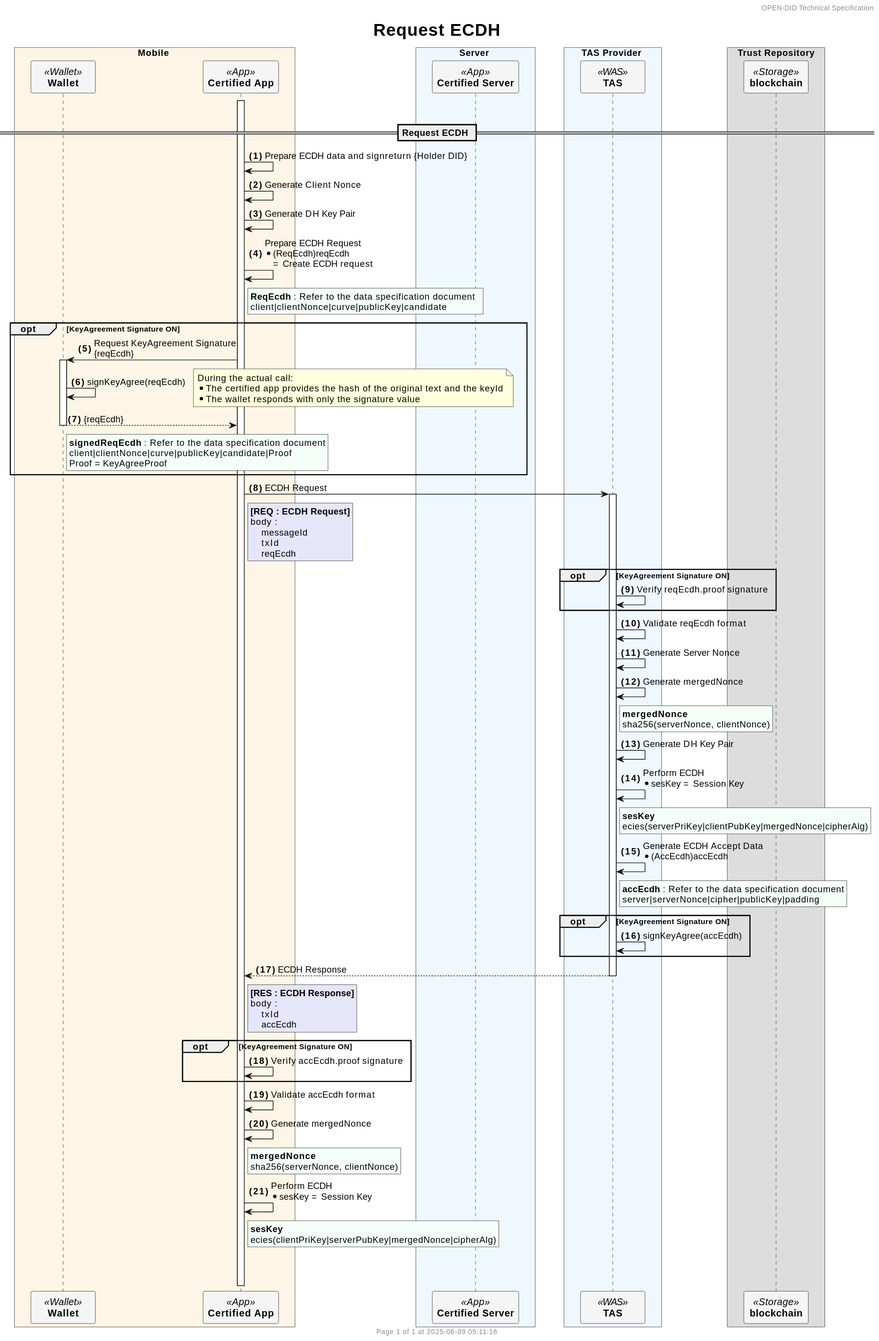
Earlier version of the PlantUML export docs/sequence/detailed/images/request_ECDH.svg (OmniOneID/did-doc-architecture).
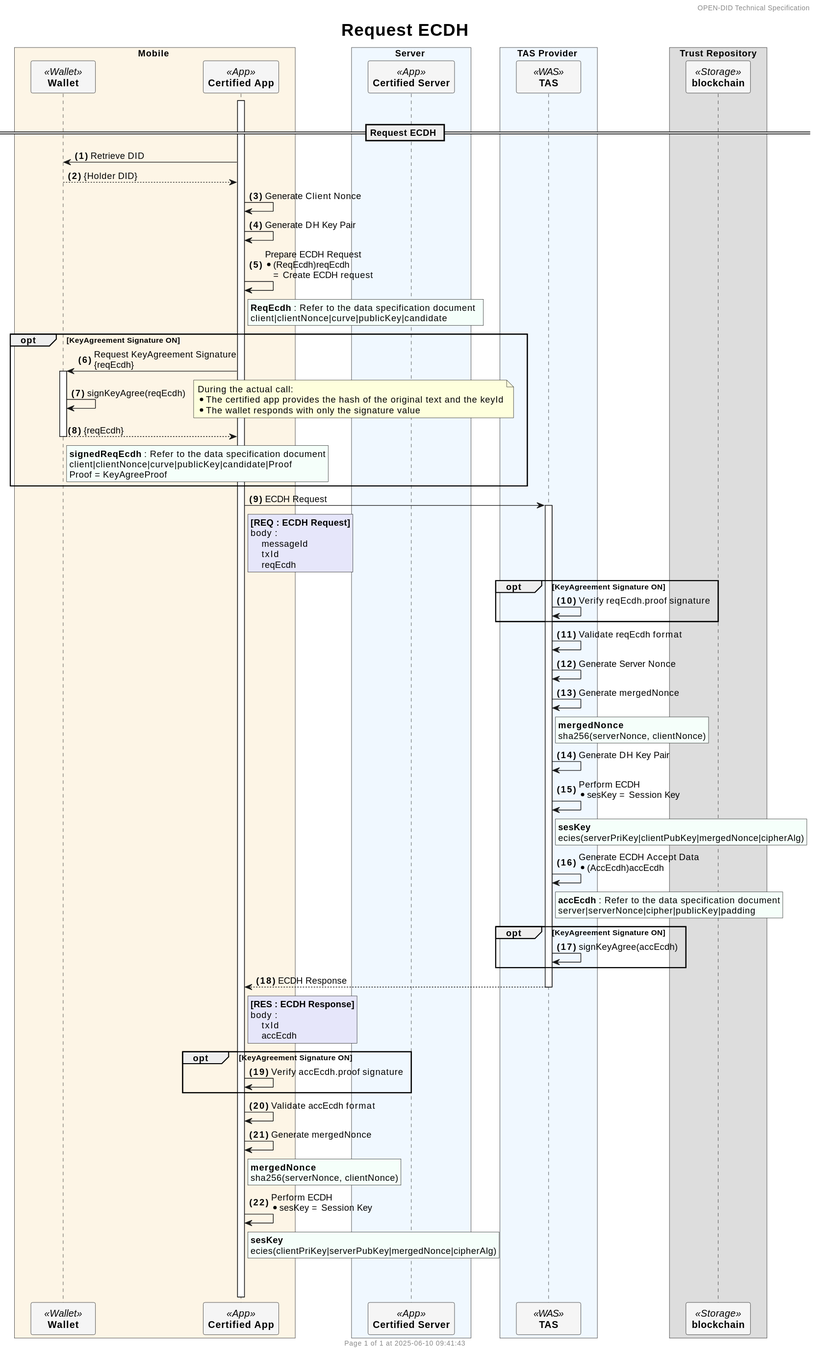
Above is the later version.

Commit message:
docs: modify P120 and ECDH request seq

The edit, as a diff of the source:
```diff
@@ -44,7 +44,8 @@
 
 activate CA
 
-CA -> CA: Prepare ECDH data and signreturn {Holder DID}
+CA -> WALLET: Retrieve DID
+return {Holder DID}
 CA -> CA: Generate Client Nonce
 CA -> CA: Generate DH Key Pair
 CA -> CA: Prepare ECDH Request            \n* (ReqEcdh)reqEcdh            \n   = Create ECDH request
```
